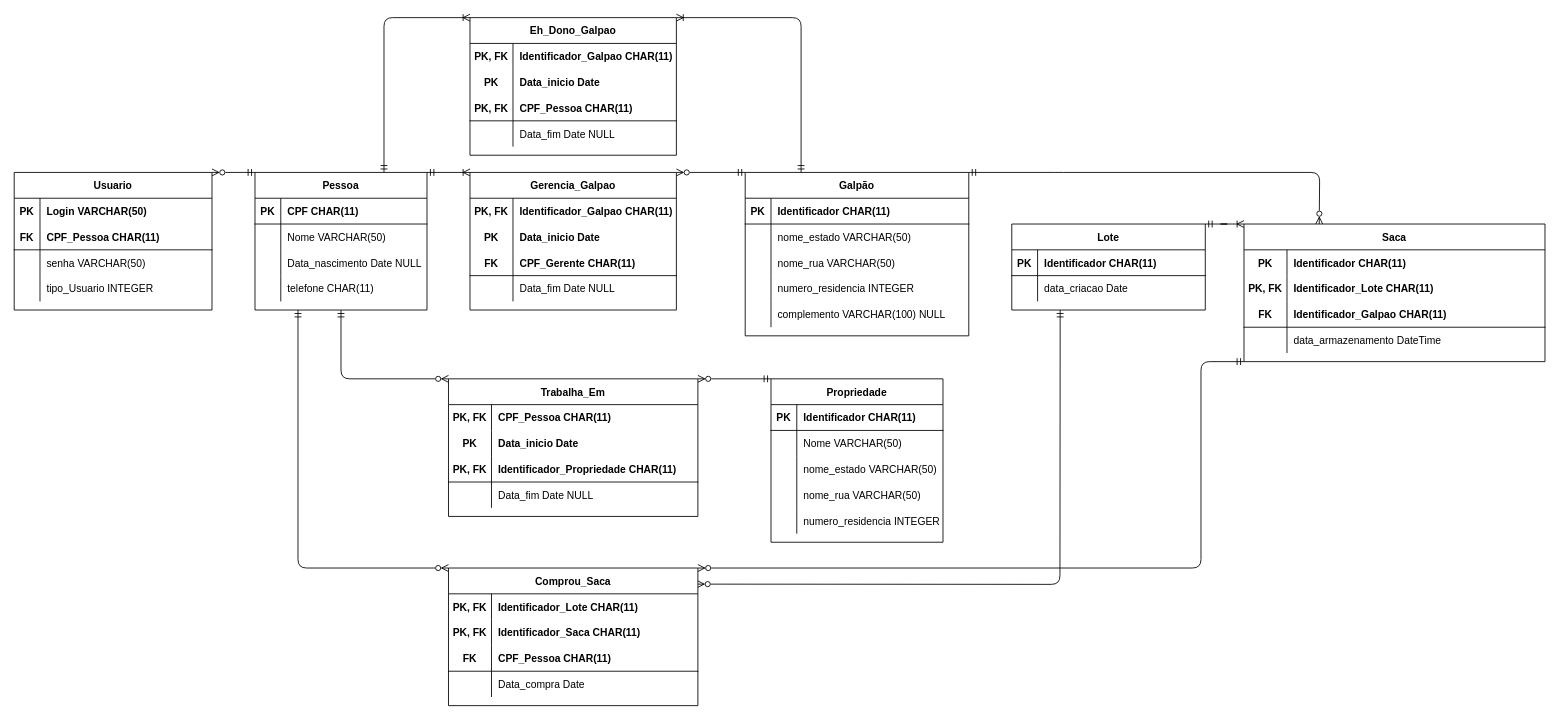
Earlier version of the draw.io diagram SCoTL/PSS/ER_PSS.drawio (PedroSUfes/MyScoTL). Source tidied: cells renumbered, new cells numbered last; positions are measured from the earlier drawing's top-left corner, leaving out a move shared by most shapes. Both pictures are drawn from the tidied source at 86%, with x=0, y=0 at pixel (14, 17).
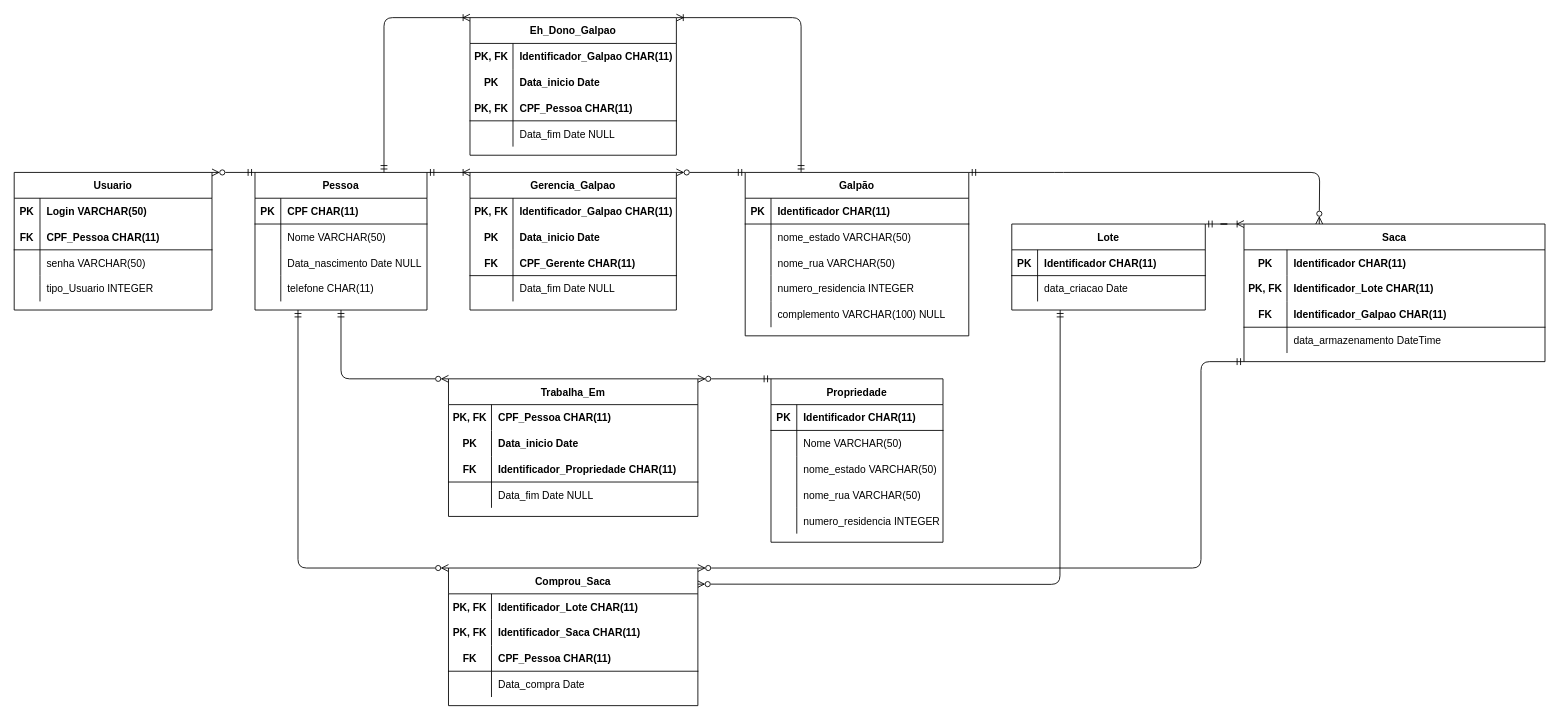
After the change.

Unchanged cells that the change refers to:
```xml
<mxCell id="125" style="shape=partialRectangle;fillColor=none;top=0;left=0;bottom=1;right=0;" parent="118" vertex="1">
  <mxGeometry y="90" width="290" height="30" as="geometry" />
</mxCell>
```

Diff of the diagram source:
```diff
@@
-    <mxCell id="126" value="PK, FK" style="shape=partialRectangle;fillColor=none;top=0;left=0;bottom=0;right=0;fontStyle=1;overflow=hidden;" parent="125" vertex="1">
+    <mxCell id="126" value="FK" style="shape=partialRectangle;fillColor=none;top=0;left=0;bottom=0;right=0;fontStyle=1;overflow=hidden;" parent="125" vertex="1">
       <mxGeometry width="50" height="30" as="geometry" />
     </mxCell>
```
